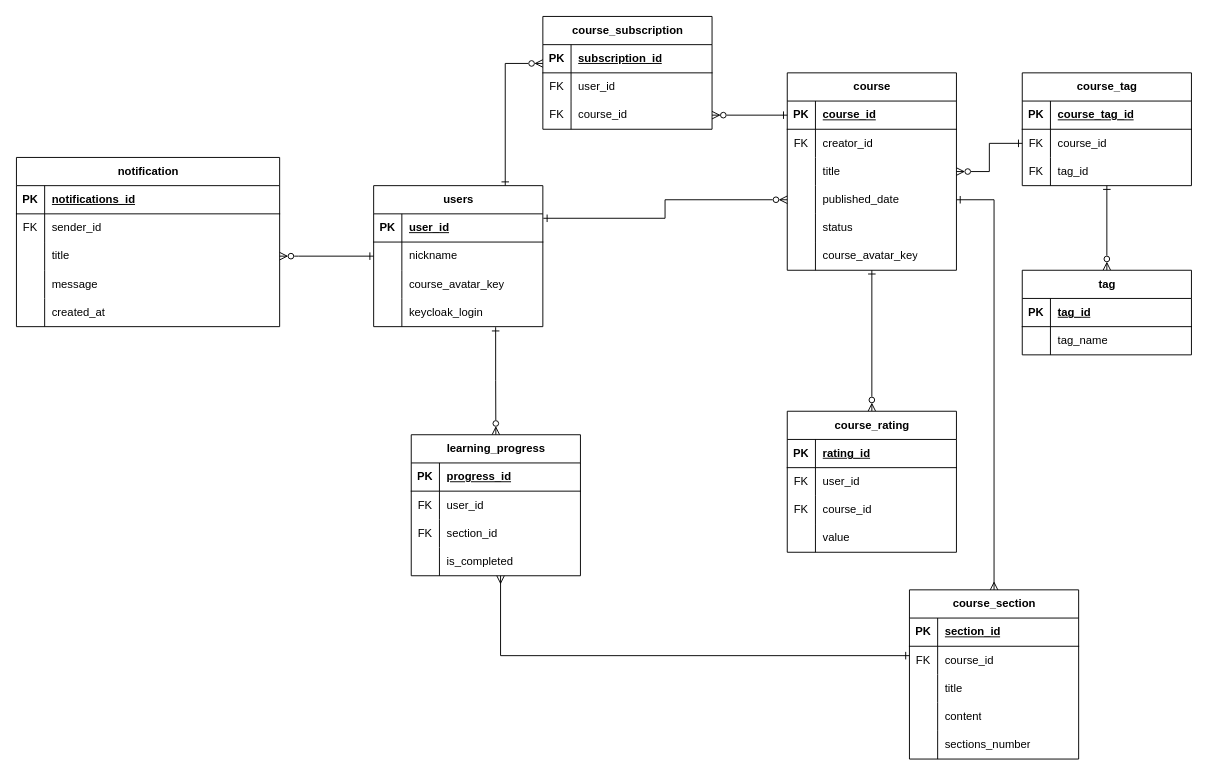
Before: diagrams/ER диаграмма (Entity Relations diagram)/ER diagram.drawio in sahland/9.5-Team, a draw.io diagram. Source tidied: cells renumbered, new cells numbered last; positions are measured from the earlier drawing's top-left corner, leaving out a move shared by most shapes. Both pictures are drawn from the tidied source at 94%, with x=0, y=0 at pixel (16, 16).
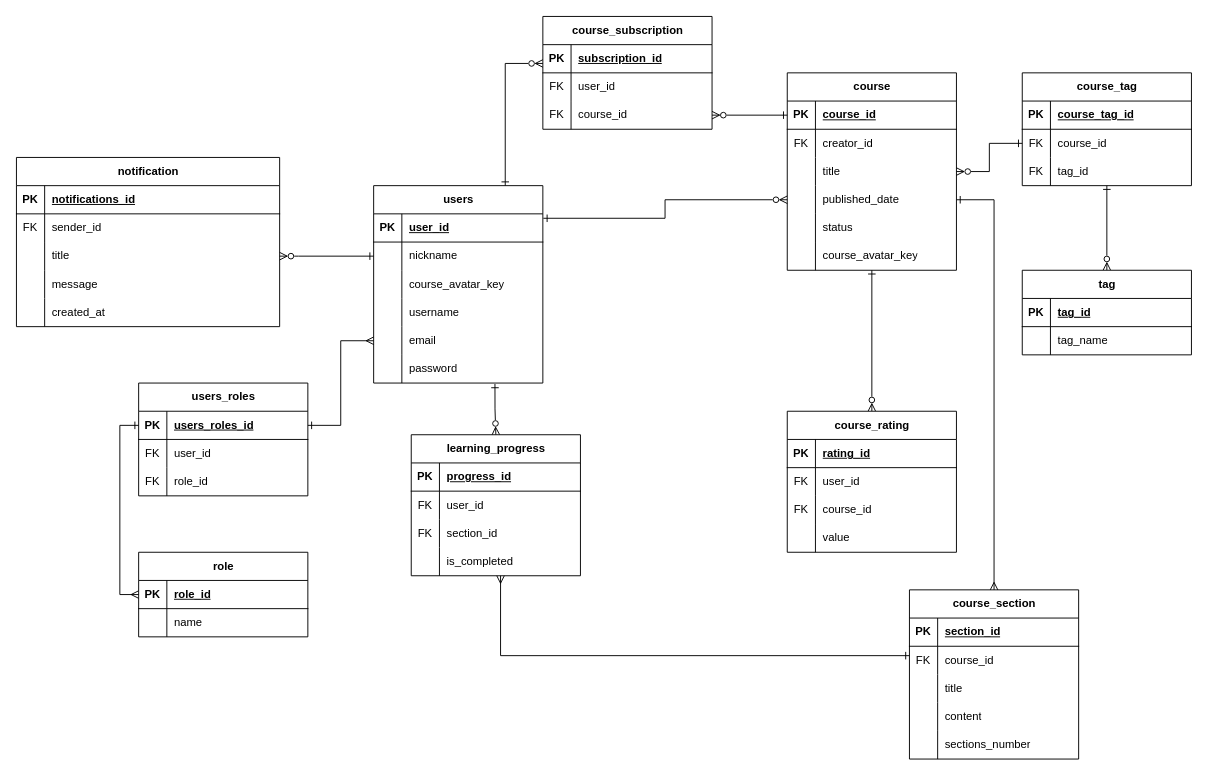
After the change.

The change refers to these unchanged cells:
```xml
<mxCell id="13" style="shape=tableRow;horizontal=0;startSize=0;swimlaneHead=0;swimlaneBody=0;fillColor=none;points=[[0,0.5],[1,0.5]];portConstraint=eastwest;top=0;left=0;right=0;bottom=0;" parent="3" vertex="1">
  <mxGeometry y="120" width="180" height="30" as="geometry" />
</mxCell>
<mxCell id="77" value="learning_progress" style="shape=table;startSize=30;childLayout=tableLayout;rowLines=0;fontStyle=1;align=center;html=1;" parent="1" vertex="1">
  <mxGeometry x="420" y="445" width="180" height="150" as="geometry" />
</mxCell>
```

Change to the diagram source:
```diff
@@
-    <mxCell id="2" style="edgeStyle=orthogonalEdgeStyle;rounded=0;jettySize=auto;html=1;startArrow=ERone;startFill=0;endArrow=ERzeroToMany;endFill=0;exitX=0.721;exitY=1.019;exitDx=0;exitDy=0;exitPerimeter=0;" parent="1" edge="1" source="13" target="77">
+    <mxCell id="2" style="edgeStyle=orthogonalEdgeStyle;rounded=0;jettySize=auto;html=1;startArrow=ERone;startFill=0;endArrow=ERzeroToMany;endFill=0;exitX=0.717;exitY=1.033;exitDx=0;exitDy=0;exitPerimeter=0;" parent="1" edge="1" source="132" target="77">
       <mxGeometry relative="1" as="geometry" />
     </mxCell>
     <mxCell id="3" value="users" style="shape=table;startSize=30;childLayout=tableLayout;rowLines=0;fontStyle=1;align=center;html=1;" parent="1" vertex="1">
-      <mxGeometry x="380" y="180" width="180" height="150" as="geometry" />
+      <mxGeometry x="380" y="180" width="180" height="210" as="geometry" />
     </mxCell>
@@
-    <mxCell id="15" value="keycloak_login" style="shape=partialRectangle;fillColor=none;top=0;left=0;bottom=0;right=0;align=left;spacingLeft=6;overflow=hidden;whiteSpace=wrap;html=1;" parent="13" vertex="1">
+    <mxCell id="15" value="username" style="shape=partialRectangle;fillColor=none;top=0;left=0;bottom=0;right=0;align=left;spacingLeft=6;overflow=hidden;whiteSpace=wrap;html=1;" parent="13" vertex="1">
       <mxGeometry x="30" width="150" height="30" as="geometry" />
     </mxCell>
+    <mxCell id="129" style="shape=tableRow;horizontal=0;startSize=0;swimlaneHead=0;swimlaneBody=0;fillColor=none;points=[[0,0.5],[1,0.5]];portConstraint=eastwest;top=0;left=0;right=0;bottom=0;" parent="3" vertex="1">
+      <mxGeometry y="150" width="180" height="30" as="geometry" />
+    </mxCell>
+    <mxCell id="130" style="shape=partialRectangle;fillColor=none;top=0;left=0;bottom=0;right=0;overflow=hidden;whiteSpace=wrap;html=1;" parent="129" vertex="1">
+      <mxGeometry width="30" height="30" as="geometry" />
+    </mxCell>
+    <mxCell id="131" value="email" style="shape=partialRectangle;fillColor=none;top=0;left=0;bottom=0;right=0;align=left;spacingLeft=6;overflow=hidden;whiteSpace=wrap;html=1;" parent="129" vertex="1">
+      <mxGeometry x="30" width="150" height="30" as="geometry" />
+    </mxCell>
+    <mxCell id="132" style="shape=tableRow;horizontal=0;startSize=0;swimlaneHead=0;swimlaneBody=0;fillColor=none;points=[[0,0.5],[1,0.5]];portConstraint=eastwest;top=0;left=0;right=0;bottom=0;" parent="3" vertex="1">
+      <mxGeometry y="180" width="180" height="30" as="geometry" />
+    </mxCell>
+    <mxCell id="133" style="shape=partialRectangle;fillColor=none;top=0;left=0;bottom=0;right=0;overflow=hidden;whiteSpace=wrap;html=1;" parent="132" vertex="1">
+      <mxGeometry width="30" height="30" as="geometry" />
+    </mxCell>
+    <mxCell id="134" value="password" style="shape=partialRectangle;fillColor=none;top=0;left=0;bottom=0;right=0;align=left;spacingLeft=6;overflow=hidden;whiteSpace=wrap;html=1;" parent="132" vertex="1">
+      <mxGeometry x="30" width="150" height="30" as="geometry" />
+    </mxCell>
@@
+    <mxCell id="135" value="role" style="shape=table;startSize=30;childLayout=tableLayout;rowLines=0;fontStyle=1;align=center;html=1;" parent="1" vertex="1">
+      <mxGeometry x="130" y="570" width="180" height="90" as="geometry" />
+    </mxCell>
+    <mxCell id="136" style="shape=tableRow;horizontal=0;startSize=0;swimlaneHead=0;swimlaneBody=0;fillColor=none;points=[[0,0.5],[1,0.5]];portConstraint=eastwest;top=0;left=0;right=0;bottom=1;" parent="135" vertex="1">
+      <mxGeometry y="30" width="180" height="30" as="geometry" />
+    </mxCell>
+    <mxCell id="137" value="PK" style="shape=partialRectangle;fillColor=none;top=0;left=0;bottom=0;right=0;fontStyle=1;overflow=hidden;whiteSpace=wrap;html=1;" parent="136" vertex="1">
+      <mxGeometry width="30" height="30" as="geometry" />
+    </mxCell>
+    <mxCell id="138" value="role_id" style="shape=partialRectangle;fillColor=none;top=0;left=0;bottom=0;right=0;align=left;spacingLeft=6;fontStyle=5;overflow=hidden;whiteSpace=wrap;html=1;" parent="136" vertex="1">
+      <mxGeometry x="30" width="150" height="30" as="geometry" />
+    </mxCell>
+    <mxCell id="139" style="shape=tableRow;horizontal=0;startSize=0;swimlaneHead=0;swimlaneBody=0;fillColor=none;top=0;left=0;right=0;bottom=0;" parent="135" vertex="1">
+      <mxGeometry y="60" width="180" height="30" as="geometry" />
+    </mxCell>
+    <mxCell id="140" style="shape=partialRectangle;fillColor=none;top=0;left=0;bottom=0;right=0;overflow=hidden;whiteSpace=wrap;html=1;" parent="139" vertex="1">
+      <mxGeometry width="30" height="30" as="geometry" />
+    </mxCell>
+    <mxCell id="141" value="name" style="shape=partialRectangle;fillColor=none;top=0;left=0;bottom=0;right=0;align=left;spacingLeft=6;overflow=hidden;whiteSpace=wrap;html=1;" parent="139" vertex="1">
+      <mxGeometry x="30" width="150" height="30" as="geometry" />
+    </mxCell>
+    <mxCell id="142" style="edgeStyle=orthogonalEdgeStyle;rounded=0;jettySize=auto;html=1;entryX=0;entryY=0.5;entryDx=0;entryDy=0;endArrow=ERmany;endFill=0;startArrow=ERone;startFill=0;exitX=0;exitY=0.5;exitDx=0;exitDy=0;" parent="1" edge="1" source="144" target="136">
+      <mxGeometry relative="1" as="geometry" />
+    </mxCell>
+    <mxCell id="143" value="users_roles" style="shape=table;startSize=30;childLayout=tableLayout;rowLines=0;fontStyle=1;align=center;html=1;" parent="1" vertex="1">
+      <mxGeometry x="130" y="390" width="180" height="120" as="geometry" />
+    </mxCell>
+    <mxCell id="144" style="shape=tableRow;horizontal=0;startSize=0;swimlaneHead=0;swimlaneBody=0;fillColor=none;points=[[0,0.5],[1,0.5]];portConstraint=eastwest;top=0;left=0;right=0;bottom=1;" parent="143" vertex="1">
+      <mxGeometry y="30" width="180" height="30" as="geometry" />
+    </mxCell>
+    <mxCell id="145" value="PK" style="shape=partialRectangle;fillColor=none;top=0;left=0;bottom=0;right=0;fontStyle=1;overflow=hidden;whiteSpace=wrap;html=1;" parent="144" vertex="1">
+      <mxGeometry width="30" height="30" as="geometry" />
+    </mxCell>
+    <mxCell id="146" value="&lt;span style=&quot;text-align: center; text-wrap: nowrap;&quot;&gt;users_roles_id&lt;/span&gt;" style="shape=partialRectangle;fillColor=none;top=0;left=0;bottom=0;right=0;align=left;spacingLeft=6;fontStyle=5;overflow=hidden;whiteSpace=wrap;html=1;" parent="144" vertex="1">
+      <mxGeometry x="30" width="150" height="30" as="geometry" />
+    </mxCell>
+    <mxCell id="147" style="shape=tableRow;horizontal=0;startSize=0;swimlaneHead=0;swimlaneBody=0;fillColor=none;top=0;left=0;right=0;bottom=0;" parent="143" vertex="1">
+      <mxGeometry y="60" width="180" height="30" as="geometry" />
+    </mxCell>
+    <mxCell id="148" value="FK" style="shape=partialRectangle;fillColor=none;top=0;left=0;bottom=0;right=0;overflow=hidden;whiteSpace=wrap;html=1;" parent="147" vertex="1">
+      <mxGeometry width="30" height="30" as="geometry" />
+    </mxCell>
+    <mxCell id="149" value="user_id" style="shape=partialRectangle;fillColor=none;top=0;left=0;bottom=0;right=0;align=left;spacingLeft=6;overflow=hidden;whiteSpace=wrap;html=1;" parent="147" vertex="1">
+      <mxGeometry x="30" width="150" height="30" as="geometry" />
+    </mxCell>
+    <mxCell id="150" style="shape=tableRow;horizontal=0;startSize=0;swimlaneHead=0;swimlaneBody=0;fillColor=none;top=0;left=0;right=0;bottom=0;" parent="143" vertex="1">
+      <mxGeometry y="90" width="180" height="30" as="geometry" />
+    </mxCell>
+    <mxCell id="151" value="FK" style="shape=partialRectangle;fillColor=none;top=0;left=0;bottom=0;right=0;overflow=hidden;whiteSpace=wrap;html=1;" parent="150" vertex="1">
+      <mxGeometry width="30" height="30" as="geometry" />
+    </mxCell>
+    <mxCell id="152" value="role_id" style="shape=partialRectangle;fillColor=none;top=0;left=0;bottom=0;right=0;align=left;spacingLeft=6;overflow=hidden;whiteSpace=wrap;html=1;" parent="150" vertex="1">
+      <mxGeometry x="30" width="150" height="30" as="geometry" />
+    </mxCell>
+    <mxCell id="153" style="edgeStyle=orthogonalEdgeStyle;rounded=0;jettySize=auto;html=1;entryX=0;entryY=0.5;entryDx=0;entryDy=0;endArrow=ERmany;endFill=0;startArrow=ERone;startFill=0;" parent="1" edge="1" source="144" target="129">
+      <mxGeometry relative="1" as="geometry" />
+    </mxCell>
```
